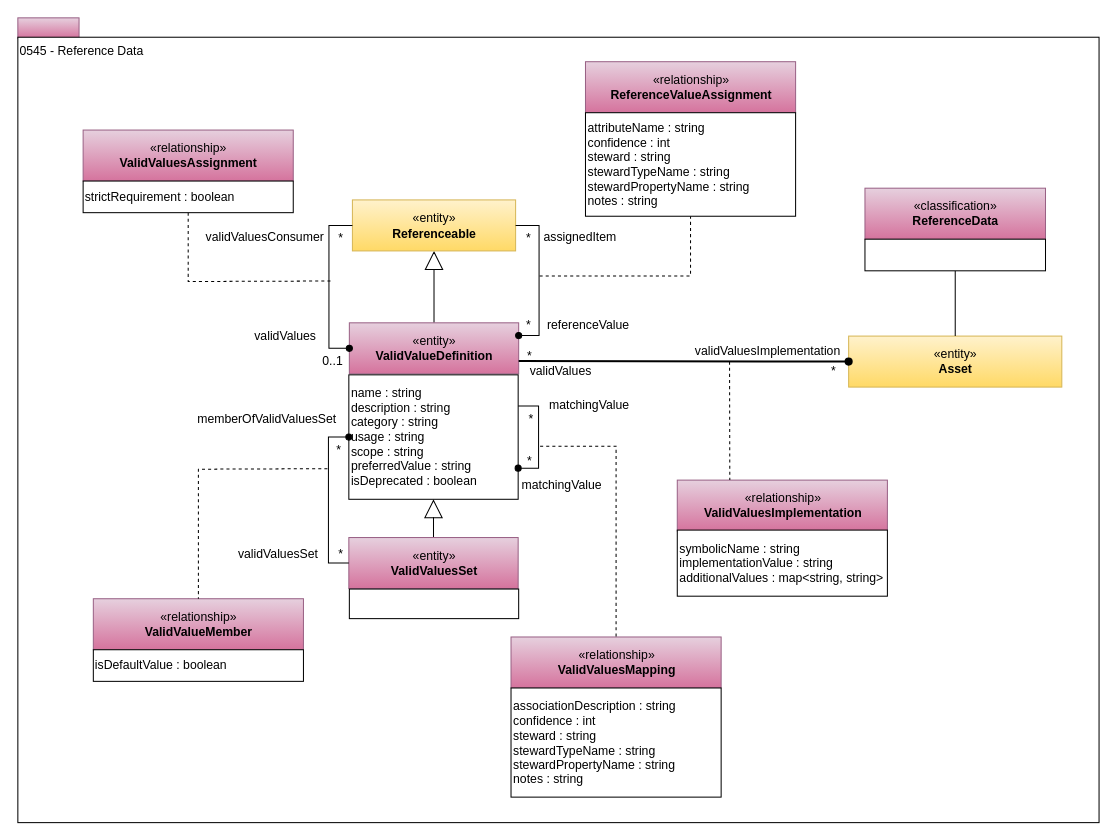
The draw.io diagram page "0545-Reference-Data" (26 of 34) of site/docs/types/5/area-5-models-and-schema.drawio in odpi/egeria-docs, before the edit. Source tidied: cells renumbered, new cells numbered last; positions are measured from the earlier drawing's top-left corner, leaving out a move shared by most shapes. Both pictures are drawn from the tidied source at 102%, with x=0, y=0 at pixel (17, 17).
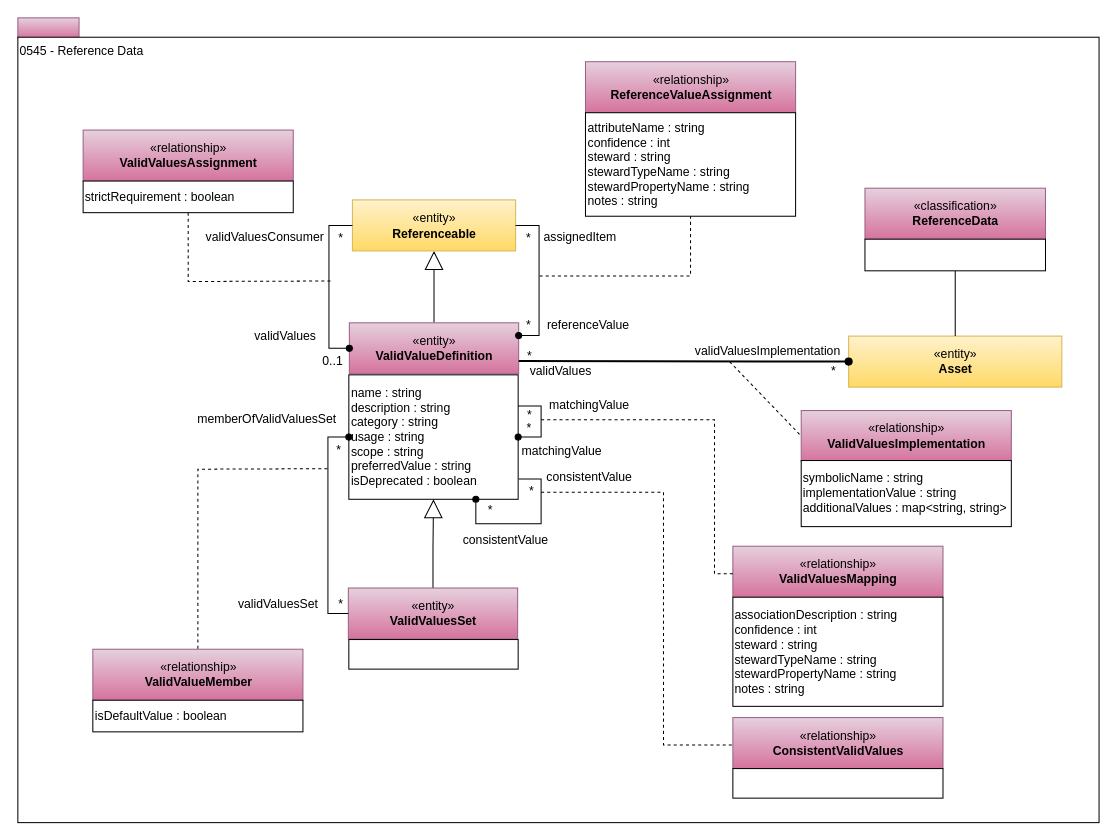
Above is the later version.

Unchanged cells that the change refers to:
```xml
<mxCell id="6" value="&lt;span&gt;name : string&lt;br&gt;&lt;/span&gt;&lt;span&gt;description : string&lt;br&gt;&lt;/span&gt;category : string&lt;br&gt;&lt;span&gt;usage : string&lt;/span&gt;&lt;br&gt;&lt;span&gt;scope : string&lt;br&gt;preferredValue : string&lt;br&gt;isDeprecated : boolean&lt;br&gt;&lt;/span&gt;" style="rounded=0;whiteSpace=wrap;html=1;strokeColor=#000000;gradientColor=#ffffff;align=left;" parent="1" vertex="1">
  <mxGeometry x="324.5" y="350" width="166" height="122" as="geometry" />
</mxCell>
<mxCell id="15" value="validValuesImplementation" style="text;html=1;strokeColor=none;fillColor=none;align=center;verticalAlign=middle;whiteSpace=wrap;rounded=0;" parent="1" vertex="1">
  <mxGeometry x="660.5" y="317" width="149" height="20" as="geometry" />
</mxCell>
```

Diff of the diagram source:
```diff
@@
     <mxCell id="9" value="«relationship»&lt;br&gt;&lt;b&gt;ValidValuesImplementation&lt;/b&gt;" style="html=1;strokeColor=#996185;align=center;fillColor=#e6d0de;gradientColor=#d5739d;" parent="1" vertex="1">
-      <mxGeometry x="646.5" y="453.2" width="206" height="50" as="geometry" />
+      <mxGeometry x="768" y="385" width="206" height="50" as="geometry" />
     </mxCell>
-    <mxCell id="10" style="endArrow=none;dashed=1;html=1;entryX=0.25;entryY=0;entryDx=0;entryDy=0;exitX=0.25;exitY=1;exitDx=0;exitDy=0;" parent="1" edge="1" source="15" target="9">
+    <mxCell id="10" style="endArrow=none;dashed=1;html=1;entryX=0;entryY=0.5;entryDx=0;entryDy=0;exitX=0.25;exitY=1;exitDx=0;exitDy=0;" parent="1" edge="1" source="15" target="9">
       <mxGeometry relative="1" as="geometry" />
     </mxCell>
     <mxCell id="11" value="symbolicName : string&lt;br&gt;implementationValue : string&lt;br&gt;additionalValues : map&amp;lt;string, string&amp;gt;" style="rounded=0;whiteSpace=wrap;html=1;strokeColor=#000000;gradientColor=#ffffff;align=left;" parent="1" vertex="1">
-      <mxGeometry x="646.5" y="502.2" width="206" height="64.8" as="geometry" />
+      <mxGeometry x="768" y="434" width="206" height="64.8" as="geometry" />
     </mxCell>
@@
     <mxCell id="20" value="«entity»&lt;br&gt;&lt;b&gt;ValidValuesSet&lt;/b&gt;" style="html=1;strokeColor=#996185;align=center;fillColor=#e6d0de;gradientColor=#d5739d;" parent="1" vertex="1">
-      <mxGeometry x="324.5" y="509.5" width="166" height="50" as="geometry" />
+      <mxGeometry x="324" y="559" width="166" height="50" as="geometry" />
     </mxCell>
     <mxCell id="21" style="rounded=0;whiteSpace=wrap;html=1;strokeColor=#000000;gradientColor=#ffffff;align=left;" parent="1" vertex="1">
-      <mxGeometry x="325" y="560" width="166" height="29" as="geometry" />
+      <mxGeometry x="324.5" y="609.5" width="166" height="29" as="geometry" />
     </mxCell>
@@
     <mxCell id="26" value="validValuesSet" style="text;html=1;strokeColor=none;fillColor=none;align=center;verticalAlign=middle;whiteSpace=wrap;rounded=0;" parent="1" vertex="1">
-      <mxGeometry x="209" y="515.5" width="93" height="20" as="geometry" />
+      <mxGeometry x="208.5" y="565" width="93" height="20" as="geometry" />
     </mxCell>
@@
     <mxCell id="30" value="*" style="text;html=1;strokeColor=none;fillColor=none;align=center;verticalAlign=middle;whiteSpace=wrap;rounded=0;" parent="1" vertex="1">
-      <mxGeometry x="297" y="515.5" width="40" height="20" as="geometry" />
+      <mxGeometry x="296.5" y="565" width="40" height="20" as="geometry" />
     </mxCell>
@@
     <mxCell id="33" value="«relationship»&lt;br&gt;&lt;b&gt;ValidValueMember&lt;/b&gt;" style="html=1;strokeColor=#996185;align=center;fillColor=#e6d0de;gradientColor=#d5739d;" parent="1" vertex="1">
-      <mxGeometry x="74" y="569.5" width="206" height="50" as="geometry" />
+      <mxGeometry x="73.5" y="619" width="206" height="50" as="geometry" />
     </mxCell>
@@
     <mxCell id="35" value="isDefaultValue : boolean" style="rounded=0;whiteSpace=wrap;html=1;strokeColor=#000000;gradientColor=#ffffff;align=left;" parent="1" vertex="1">
-      <mxGeometry x="74" y="619.5" width="206" height="31" as="geometry" />
+      <mxGeometry x="73.5" y="669" width="206" height="31" as="geometry" />
     </mxCell>
-    <mxCell id="36" style="edgeStyle=orthogonalEdgeStyle;rounded=0;orthogonalLoop=1;jettySize=auto;html=1;exitX=1;exitY=0.25;exitDx=0;exitDy=0;entryX=1;entryY=0.75;entryDx=0;entryDy=0;endArrow=oval;endFill=1;" parent="1" edge="1" source="6" target="6">
-      <mxGeometry relative="1" as="geometry" />
+    <mxCell id="36" style="edgeStyle=orthogonalEdgeStyle;rounded=0;orthogonalLoop=1;jettySize=auto;html=1;exitX=1;exitY=0.25;exitDx=0;exitDy=0;entryX=1;entryY=0.5;entryDx=0;entryDy=0;endArrow=oval;endFill=1;" parent="1" edge="1" source="6" target="6">
+      <mxGeometry relative="1" as="geometry">
+        <Array as="points">
+          <mxPoint x="513" y="381" />
+          <mxPoint x="513" y="411" />
+        </Array>
+      </mxGeometry>
     </mxCell>
@@
     <mxCell id="38" value="matchingValue" style="text;html=1;strokeColor=none;fillColor=none;align=center;verticalAlign=middle;whiteSpace=wrap;rounded=0;" parent="1" vertex="1">
-      <mxGeometry x="491" y="448" width="84.5" height="20" as="geometry" />
+      <mxGeometry x="491" y="415" width="84.5" height="20" as="geometry" />
     </mxCell>
     <mxCell id="39" value="«relationship»&lt;br&gt;&lt;b&gt;ValidValuesMapping&lt;/b&gt;" style="html=1;strokeColor=#996185;align=center;fillColor=#e6d0de;gradientColor=#d5739d;" parent="1" vertex="1">
-      <mxGeometry x="483.5" y="607" width="206" height="50" as="geometry" />
+      <mxGeometry x="701" y="518" width="206" height="50" as="geometry" />
     </mxCell>
-    <mxCell id="40" style="endArrow=none;dashed=1;html=1;entryX=0.5;entryY=0;edgeStyle=orthogonalEdgeStyle;rounded=0;entryDx=0;entryDy=0;" parent="1" edge="1" target="39">
+    <mxCell id="40" style="endArrow=none;dashed=1;html=1;entryX=0;entryY=0.5;edgeStyle=orthogonalEdgeStyle;rounded=0;entryDx=0;entryDy=0;" parent="1" edge="1" target="39">
       <mxGeometry relative="1" as="geometry">
-        <mxPoint x="512" y="420" as="sourcePoint" />
+        <mxPoint x="513" y="394" as="sourcePoint" />
         <Array as="points">
-          <mxPoint x="587" y="420" />
+          <mxPoint x="683" y="394" />
+          <mxPoint x="683" y="545" />
         </Array>
       </mxGeometry>
     </mxCell>
     <mxCell id="41" value="&lt;div style=&quot;white-space: normal&quot;&gt;&lt;span&gt;associationDescription : string&lt;/span&gt;&lt;/div&gt;&lt;div style=&quot;white-space: normal&quot;&gt;&lt;span&gt;confidence : int&lt;/span&gt;&lt;br&gt;&lt;/div&gt;&lt;div style=&quot;white-space: normal&quot;&gt;steward : string&lt;/div&gt;&lt;div style=&quot;white-space: normal&quot;&gt;stewardTypeName : string&lt;/div&gt;&lt;div style=&quot;white-space: normal&quot;&gt;stewardPropertyName : string&lt;/div&gt;&lt;div style=&quot;white-space: normal&quot;&gt;notes : string&lt;/div&gt;" style="rounded=0;whiteSpace=wrap;html=1;strokeColor=#000000;gradientColor=#ffffff;align=left;" parent="1" vertex="1">
-      <mxGeometry x="483.5" y="657" width="206" height="107" as="geometry" />
+      <mxGeometry x="701" y="568" width="206" height="107" as="geometry" />
     </mxCell>
     <mxCell id="42" value="*" style="text;html=1;align=center;verticalAlign=middle;" parent="1" vertex="1">
-      <mxGeometry x="495.5" y="385" width="15" height="18" as="geometry" />
+      <mxGeometry x="493" y="393.5" width="15" height="18" as="geometry" />
     </mxCell>
     <mxCell id="43" value="*" style="text;html=1;strokeColor=none;fillColor=none;align=center;verticalAlign=middle;whiteSpace=wrap;rounded=0;" parent="1" vertex="1">
-      <mxGeometry x="482" y="425" width="40" height="20" as="geometry" />
+      <mxGeometry x="482" y="380" width="40" height="20" as="geometry" />
     </mxCell>
@@
+    <mxCell id="55" style="edgeStyle=orthogonalEdgeStyle;rounded=0;jettySize=auto;html=1;exitX=1;exitY=0.25;exitDx=0;exitDy=0;entryX=0.75;entryY=1;entryDx=0;entryDy=0;endArrow=oval;endFill=1;" parent="1" edge="1" target="6">
+      <mxGeometry relative="1" as="geometry">
+        <mxPoint x="491" y="452" as="sourcePoint" />
+        <Array as="points">
+          <mxPoint x="513" y="452" />
+          <mxPoint x="513" y="496" />
+          <mxPoint x="449" y="496" />
+        </Array>
+      </mxGeometry>
+    </mxCell>
+    <mxCell id="56" value="consistentValue" style="text;html=1;strokeColor=none;fillColor=none;align=center;verticalAlign=middle;whiteSpace=wrap;rounded=0;" parent="1" vertex="1">
+      <mxGeometry x="524" y="441" width="73" height="20" as="geometry" />
+    </mxCell>
+    <mxCell id="57" value="consistentValue" style="text;html=1;strokeColor=none;fillColor=none;align=center;verticalAlign=middle;whiteSpace=wrap;rounded=0;" parent="1" vertex="1">
+      <mxGeometry x="436" y="502" width="84.5" height="20" as="geometry" />
+    </mxCell>
+    <mxCell id="58" value="«relationship»&lt;br&gt;&lt;b&gt;ConsistentValidValues&lt;/b&gt;" style="html=1;strokeColor=#996185;align=center;fillColor=#e6d0de;gradientColor=#d5739d;" parent="1" vertex="1">
+      <mxGeometry x="701" y="686" width="206" height="50" as="geometry" />
+    </mxCell>
+    <mxCell id="59" style="endArrow=none;dashed=1;html=1;entryX=0;entryY=0.5;edgeStyle=orthogonalEdgeStyle;rounded=0;entryDx=0;entryDy=0;" parent="1" edge="1" target="58">
+      <mxGeometry relative="1" as="geometry">
+        <mxPoint x="513" y="465" as="sourcePoint" />
+        <Array as="points">
+          <mxPoint x="633" y="465" />
+          <mxPoint x="633" y="713" />
+        </Array>
+      </mxGeometry>
+    </mxCell>
+    <mxCell id="60" value="&lt;div style=&quot;white-space: normal&quot;&gt;&lt;br&gt;&lt;/div&gt;" style="rounded=0;whiteSpace=wrap;html=1;strokeColor=#000000;gradientColor=#ffffff;align=left;" parent="1" vertex="1">
+      <mxGeometry x="701" y="736" width="206" height="29" as="geometry" />
+    </mxCell>
+    <mxCell id="61" value="*" style="text;html=1;align=center;verticalAlign=middle;" parent="1" vertex="1">
+      <mxGeometry x="455" y="474" width="15" height="18" as="geometry" />
+    </mxCell>
+    <mxCell id="62" value="*" style="text;html=1;strokeColor=none;fillColor=none;align=center;verticalAlign=middle;whiteSpace=wrap;rounded=0;" parent="1" vertex="1">
+      <mxGeometry x="484" y="454" width="40" height="20" as="geometry" />
+    </mxCell>
```
